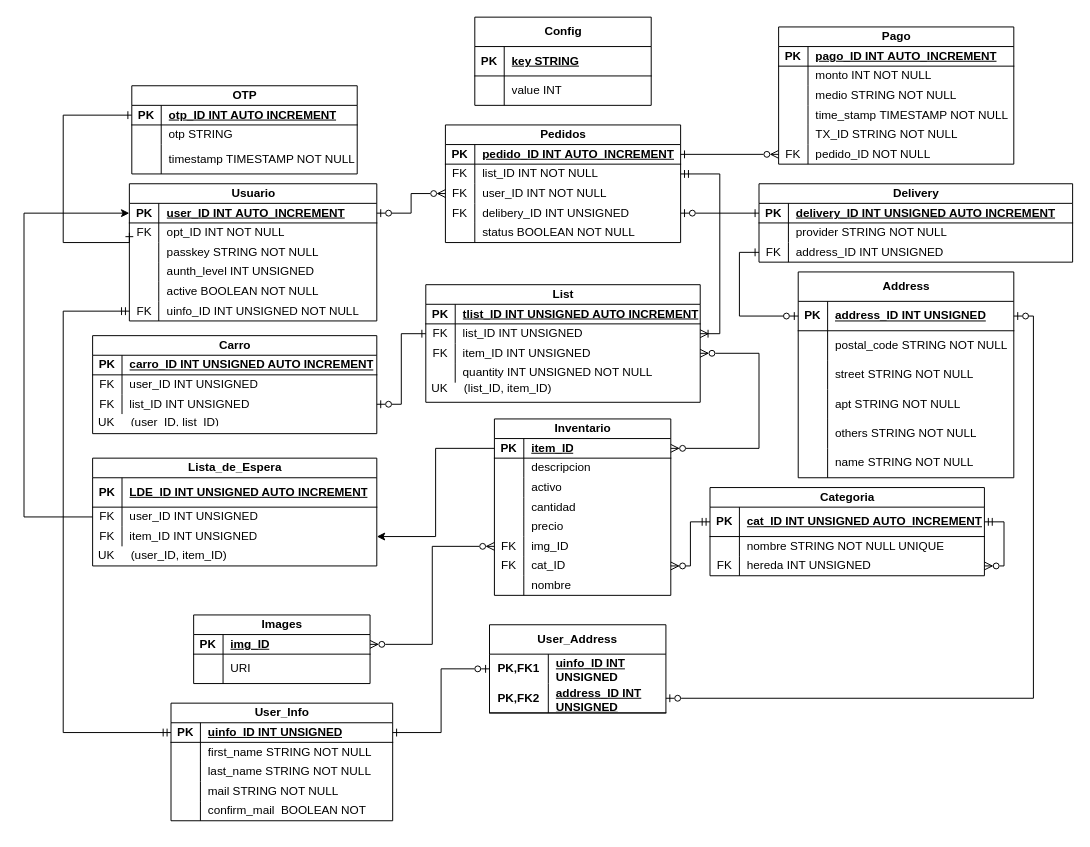
Above: back/src/main/java/com/uade/entity/EsquemaDB.drawio in nadie209x33/Marketplace (draw.io), before the change. Source tidied: cells renumbered, new cells numbered last; positions are measured from the earlier drawing's top-left corner, leaving out a move shared by most shapes. Both pictures are drawn from the tidied source at 98%, with x=0, y=0 at pixel (24, 17).
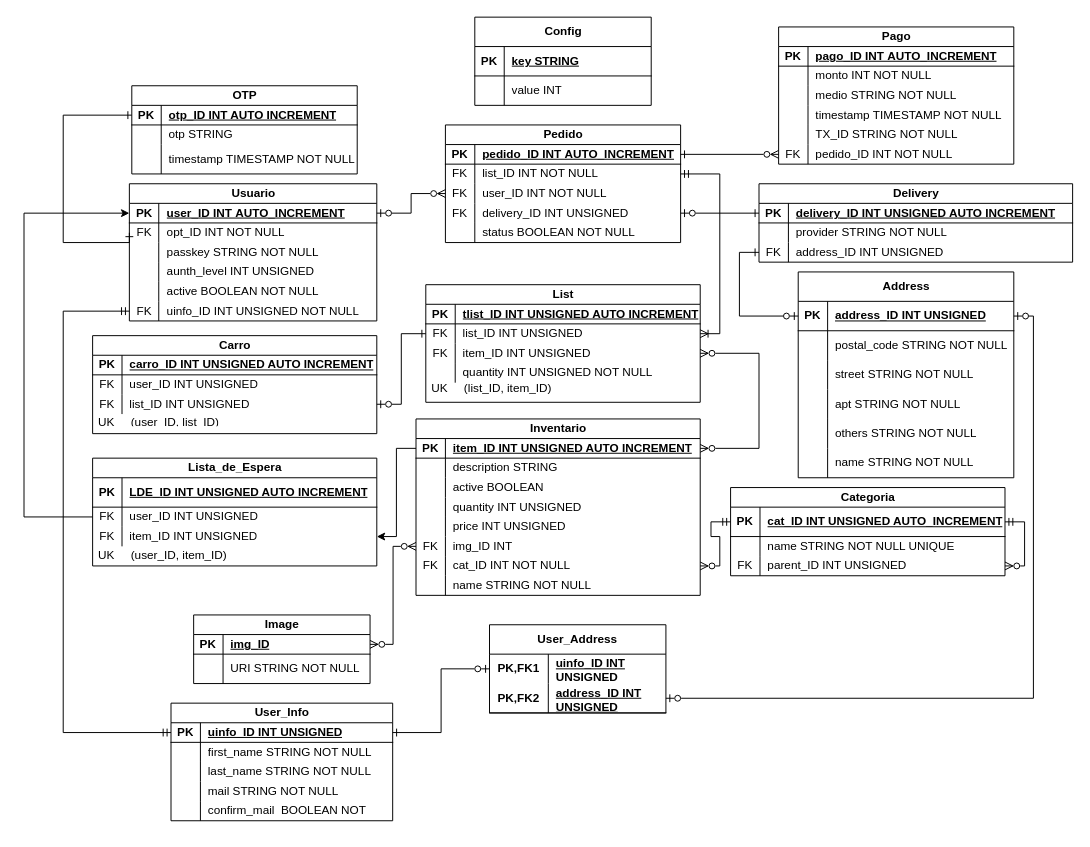
The same page after the edit.

Commit message:
Se modifico el esquema de la base de datos para correcion de erores

The change refers to these unchanged cells:
```xml
<mxCell id="32" style="shape=tableRow;horizontal=0;startSize=0;swimlaneHead=0;swimlaneBody=0;fillColor=none;top=0;left=0;right=0;bottom=0;" parent="22" vertex="1">
  <mxGeometry y="80" width="240" height="20" as="geometry" />
</mxCell>
<mxCell id="38" style="shape=tableRow;horizontal=0;startSize=0;swimlaneHead=0;swimlaneBody=0;fillColor=none;points=[[0,0.5],[1,0.5]];portConstraint=eastwest;top=0;left=0;right=0;bottom=0;" parent="22" vertex="1">
  <mxGeometry y="120" width="240" height="20" as="geometry" />
</mxCell>
<mxCell id="51" style="shape=tableRow;horizontal=0;startSize=0;swimlaneHead=0;swimlaneBody=0;fillColor=none;points=[[0,0.5],[1,0.5]];portConstraint=eastwest;top=0;left=0;right=0;bottom=0;" parent="41" vertex="1">
  <mxGeometry y="80" width="240" height="20" as="geometry" />
</mxCell>
<mxCell id="61" style="shape=tableRow;horizontal=0;startSize=0;swimlaneHead=0;swimlaneBody=0;fillColor=none;top=0;left=0;right=0;bottom=0;" parent="57" vertex="1">
  <mxGeometry y="50" width="280" height="20" as="geometry" />
</mxCell>
<mxCell id="64" style="shape=tableRow;horizontal=0;startSize=0;swimlaneHead=0;swimlaneBody=0;fillColor=none;points=[[0,0.5],[1,0.5]];portConstraint=eastwest;top=0;left=0;right=0;bottom=0;" parent="57" vertex="1">
  <mxGeometry y="70" width="280" height="20" as="geometry" />
</mxCell>
<mxCell id="96" style="shape=tableRow;horizontal=0;startSize=0;swimlaneHead=0;swimlaneBody=0;fillColor=none;top=0;left=0;right=0;bottom=0;" parent="92" vertex="1">
  <mxGeometry y="40" width="180" height="30" as="geometry" />
</mxCell>
```

Change to the diagram source:
```diff
@@
-    <mxCell id="34" value="time_stamp&amp;nbsp;TIMESTAMP NOT NULL" style="shape=partialRectangle;fillColor=none;top=0;left=0;bottom=0;right=0;align=left;spacingLeft=6;overflow=hidden;whiteSpace=wrap;html=1;" parent="32" vertex="1">
+    <mxCell id="34" value="timestamp&amp;nbsp;TIMESTAMP NOT NULL" style="shape=partialRectangle;fillColor=none;top=0;left=0;bottom=0;right=0;align=left;spacingLeft=6;overflow=hidden;whiteSpace=wrap;html=1;" parent="32" vertex="1">
       <mxGeometry x="30" width="210" height="20" as="geometry" />
     </mxCell>
@@
-    <mxCell id="40" value="pedido_ID NOT NULL" style="shape=partialRectangle;fillColor=none;top=0;left=0;bottom=0;right=0;align=left;spacingLeft=6;overflow=hidden;whiteSpace=wrap;html=1;" parent="38" vertex="1">
+    <mxCell id="40" value="pedido_ID INT NOT NULL" style="shape=partialRectangle;fillColor=none;top=0;left=0;bottom=0;right=0;align=left;spacingLeft=6;overflow=hidden;whiteSpace=wrap;html=1;" parent="38" vertex="1">
       <mxGeometry x="30" width="210" height="20" as="geometry" />
     </mxCell>
-    <mxCell id="41" value="Pedidos" style="shape=table;startSize=20;childLayout=tableLayout;rowLines=0;fontStyle=1;align=center;html=1;" parent="1" vertex="1">
+    <mxCell id="41" value="Pedido" style="shape=table;startSize=20;childLayout=tableLayout;rowLines=0;fontStyle=1;align=center;html=1;" parent="1" vertex="1">
       <mxGeometry x="430" y="110" width="240" height="120" as="geometry" />
     </mxCell>
@@
-    <mxCell id="53" value="delibery_ID INT UNSIGNED" style="shape=partialRectangle;fillColor=none;top=0;left=0;bottom=0;right=0;align=left;spacingLeft=6;overflow=hidden;whiteSpace=wrap;html=1;" parent="51" vertex="1">
+    <mxCell id="53" value="delivery_ID INT UNSIGNED" style="shape=partialRectangle;fillColor=none;top=0;left=0;bottom=0;right=0;align=left;spacingLeft=6;overflow=hidden;whiteSpace=wrap;html=1;" parent="51" vertex="1">
       <mxGeometry x="30" width="210" height="20" as="geometry" />
     </mxCell>
@@
     <mxCell id="57" value="Categoria" style="shape=table;startSize=20;childLayout=tableLayout;rowLines=0;fontStyle=1;align=center;html=1;" parent="1" vertex="1">
-      <mxGeometry x="700" y="480" width="280" height="90" as="geometry" />
+      <mxGeometry x="721" y="480" width="280" height="90" as="geometry" />
     </mxCell>
@@
-    <mxCell id="63" value="nombre STRING&amp;nbsp;NOT NULL UNIQUE" style="shape=partialRectangle;fillColor=none;top=0;left=0;bottom=0;right=0;align=left;spacingLeft=6;overflow=hidden;whiteSpace=wrap;html=1;" parent="61" vertex="1">
+    <mxCell id="63" value="name STRING&amp;nbsp;NOT NULL UNIQUE" style="shape=partialRectangle;fillColor=none;top=0;left=0;bottom=0;right=0;align=left;spacingLeft=6;overflow=hidden;whiteSpace=wrap;html=1;" parent="61" vertex="1">
       <mxGeometry x="30" width="250" height="20" as="geometry" />
     </mxCell>
@@
-    <mxCell id="66" value="hereda INT UNSIGNED" style="shape=partialRectangle;fillColor=none;top=0;left=0;bottom=0;right=0;align=left;spacingLeft=6;overflow=hidden;whiteSpace=wrap;html=1;" parent="64" vertex="1">
+    <mxCell id="66" value="parent_ID INT UNSIGNED" style="shape=partialRectangle;fillColor=none;top=0;left=0;bottom=0;right=0;align=left;spacingLeft=6;overflow=hidden;whiteSpace=wrap;html=1;" parent="64" vertex="1">
       <mxGeometry x="30" width="250" height="20" as="geometry" />
     </mxCell>
     <mxCell id="67" value="Inventario" style="shape=table;startSize=20;childLayout=tableLayout;rowLines=0;fontStyle=1;align=center;html=1;" parent="1" vertex="1">
-      <mxGeometry x="480" y="410" width="180" height="180" as="geometry" />
+      <mxGeometry x="400" y="410" width="290" height="180" as="geometry" />
     </mxCell>
     <mxCell id="68" style="shape=tableRow;horizontal=0;startSize=0;swimlaneHead=0;swimlaneBody=0;fillColor=none;points=[[0,0.5],[1,0.5]];portConstraint=eastwest;top=0;left=0;right=0;bottom=1;" parent="67" vertex="1">
-      <mxGeometry y="20" width="180" height="20" as="geometry" />
+      <mxGeometry y="20" width="290" height="20" as="geometry" />
     </mxCell>
@@
-    <mxCell id="70" value="item_ID" style="shape=partialRectangle;fillColor=none;top=0;left=0;bottom=0;right=0;align=left;spacingLeft=6;fontStyle=5;overflow=hidden;whiteSpace=wrap;html=1;" parent="68" vertex="1">
-      <mxGeometry x="30" width="150" height="20" as="geometry" />
+    <mxCell id="70" value="item_ID&amp;nbsp;INT UNSIGNED AUTO INCREMENT" style="shape=partialRectangle;fillColor=none;top=0;left=0;bottom=0;right=0;align=left;spacingLeft=6;fontStyle=5;overflow=hidden;whiteSpace=wrap;html=1;" parent="68" vertex="1">
+      <mxGeometry x="30" width="260" height="20" as="geometry" />
     </mxCell>
     <mxCell id="71" style="shape=tableRow;horizontal=0;startSize=0;swimlaneHead=0;swimlaneBody=0;fillColor=none;top=0;left=0;right=0;bottom=0;" parent="67" vertex="1">
-      <mxGeometry y="40" width="180" height="20" as="geometry" />
+      <mxGeometry y="40" width="290" height="20" as="geometry" />
     </mxCell>
@@
-    <mxCell id="73" value="descripcion" style="shape=partialRectangle;fillColor=none;top=0;left=0;bottom=0;right=0;align=left;spacingLeft=6;overflow=hidden;whiteSpace=wrap;html=1;" parent="71" vertex="1">
-      <mxGeometry x="30" width="150" height="20" as="geometry" />
+    <mxCell id="73" value="description STRING" style="shape=partialRectangle;fillColor=none;top=0;left=0;bottom=0;right=0;align=left;spacingLeft=6;overflow=hidden;whiteSpace=wrap;html=1;" parent="71" vertex="1">
+      <mxGeometry x="30" width="260" height="20" as="geometry" />
     </mxCell>
     <mxCell id="74" style="shape=tableRow;horizontal=0;startSize=0;swimlaneHead=0;swimlaneBody=0;fillColor=none;top=0;left=0;right=0;bottom=0;" parent="67" vertex="1">
-      <mxGeometry y="60" width="180" height="20" as="geometry" />
+      <mxGeometry y="60" width="290" height="20" as="geometry" />
     </mxCell>
@@
-    <mxCell id="76" value="activo" style="shape=partialRectangle;fillColor=none;top=0;left=0;bottom=0;right=0;align=left;spacingLeft=6;overflow=hidden;whiteSpace=wrap;html=1;" parent="74" vertex="1">
-      <mxGeometry x="30" width="150" height="20" as="geometry" />
+    <mxCell id="76" value="active BOOLEAN" style="shape=partialRectangle;fillColor=none;top=0;left=0;bottom=0;right=0;align=left;spacingLeft=6;overflow=hidden;whiteSpace=wrap;html=1;" parent="74" vertex="1">
+      <mxGeometry x="30" width="260" height="20" as="geometry" />
     </mxCell>
     <mxCell id="77" style="shape=tableRow;horizontal=0;startSize=0;swimlaneHead=0;swimlaneBody=0;fillColor=none;top=0;left=0;right=0;bottom=0;" parent="67" vertex="1">
-      <mxGeometry y="80" width="180" height="20" as="geometry" />
+      <mxGeometry y="80" width="290" height="20" as="geometry" />
     </mxCell>
@@
-    <mxCell id="79" value="cantidad" style="shape=partialRectangle;fillColor=none;top=0;left=0;bottom=0;right=0;align=left;spacingLeft=6;overflow=hidden;whiteSpace=wrap;html=1;" parent="77" vertex="1">
-      <mxGeometry x="30" width="150" height="20" as="geometry" />
+    <mxCell id="79" value="quantity&amp;nbsp;INT UNSIGNED" style="shape=partialRectangle;fillColor=none;top=0;left=0;bottom=0;right=0;align=left;spacingLeft=6;overflow=hidden;whiteSpace=wrap;html=1;" parent="77" vertex="1">
+      <mxGeometry x="30" width="260" height="20" as="geometry" />
     </mxCell>
     <mxCell id="80" style="shape=tableRow;horizontal=0;startSize=0;swimlaneHead=0;swimlaneBody=0;fillColor=none;top=0;left=0;right=0;bottom=0;" parent="67" vertex="1">
-      <mxGeometry y="100" width="180" height="20" as="geometry" />
+      <mxGeometry y="100" width="290" height="20" as="geometry" />
     </mxCell>
@@
-    <mxCell id="82" value="precio" style="shape=partialRectangle;fillColor=none;top=0;left=0;bottom=0;right=0;align=left;spacingLeft=6;overflow=hidden;whiteSpace=wrap;html=1;" parent="80" vertex="1">
-      <mxGeometry x="30" width="150" height="20" as="geometry" />
+    <mxCell id="82" value="price INT UNSIGNED" style="shape=partialRectangle;fillColor=none;top=0;left=0;bottom=0;right=0;align=left;spacingLeft=6;overflow=hidden;whiteSpace=wrap;html=1;" parent="80" vertex="1">
+      <mxGeometry x="30" width="260" height="20" as="geometry" />
     </mxCell>
     <mxCell id="83" style="shape=tableRow;horizontal=0;startSize=0;swimlaneHead=0;swimlaneBody=0;fillColor=none;points=[[0,0.5],[1,0.5]];portConstraint=eastwest;top=0;left=0;right=0;bottom=0;" parent="67" vertex="1">
-      <mxGeometry y="120" width="180" height="20" as="geometry" />
+      <mxGeometry y="120" width="290" height="20" as="geometry" />
     </mxCell>
@@
-    <mxCell id="85" value="img_ID" style="shape=partialRectangle;fillColor=none;top=0;left=0;bottom=0;right=0;align=left;spacingLeft=6;overflow=hidden;whiteSpace=wrap;html=1;" parent="83" vertex="1">
-      <mxGeometry x="30" width="150" height="20" as="geometry" />
+    <mxCell id="85" value="img_ID INT" style="shape=partialRectangle;fillColor=none;top=0;left=0;bottom=0;right=0;align=left;spacingLeft=6;overflow=hidden;whiteSpace=wrap;html=1;" parent="83" vertex="1">
+      <mxGeometry x="30" width="260" height="20" as="geometry" />
     </mxCell>
     <mxCell id="86" style="shape=tableRow;horizontal=0;startSize=0;swimlaneHead=0;swimlaneBody=0;fillColor=none;points=[[0,0.5],[1,0.5]];portConstraint=eastwest;top=0;left=0;right=0;bottom=0;" parent="67" vertex="1">
-      <mxGeometry y="140" width="180" height="20" as="geometry" />
+      <mxGeometry y="140" width="290" height="20" as="geometry" />
     </mxCell>
@@
-    <mxCell id="88" value="cat_ID" style="shape=partialRectangle;fillColor=none;top=0;left=0;bottom=0;right=0;align=left;spacingLeft=6;overflow=hidden;whiteSpace=wrap;html=1;" parent="86" vertex="1">
-      <mxGeometry x="30" width="150" height="20" as="geometry" />
+    <mxCell id="88" value="cat_ID INT NOT NULL" style="shape=partialRectangle;fillColor=none;top=0;left=0;bottom=0;right=0;align=left;spacingLeft=6;overflow=hidden;whiteSpace=wrap;html=1;" parent="86" vertex="1">
+      <mxGeometry x="30" width="260" height="20" as="geometry" />
     </mxCell>
     <mxCell id="89" style="shape=tableRow;horizontal=0;startSize=0;swimlaneHead=0;swimlaneBody=0;fillColor=none;top=0;left=0;right=0;bottom=0;" parent="67" vertex="1">
-      <mxGeometry y="160" width="180" height="20" as="geometry" />
+      <mxGeometry y="160" width="290" height="20" as="geometry" />
     </mxCell>
@@
-    <mxCell id="91" value="nombre" style="shape=partialRectangle;fillColor=none;top=0;left=0;bottom=0;right=0;align=left;spacingLeft=6;overflow=hidden;whiteSpace=wrap;html=1;" parent="89" vertex="1">
-      <mxGeometry x="30" width="150" height="20" as="geometry" />
+    <mxCell id="91" value="name STRING NOT NULL" style="shape=partialRectangle;fillColor=none;top=0;left=0;bottom=0;right=0;align=left;spacingLeft=6;overflow=hidden;whiteSpace=wrap;html=1;" parent="89" vertex="1">
+      <mxGeometry x="30" width="260" height="20" as="geometry" />
     </mxCell>
-    <mxCell id="92" value="Images" style="shape=table;startSize=20;childLayout=tableLayout;rowLines=0;fontStyle=1;align=center;html=1;" parent="1" vertex="1">
+    <mxCell id="92" value="Image" style="shape=table;startSize=20;childLayout=tableLayout;rowLines=0;fontStyle=1;align=center;html=1;" parent="1" vertex="1">
       <mxGeometry x="173.1" y="610" width="180" height="70" as="geometry" />
     </mxCell>
@@
-    <mxCell id="98" value="URI" style="shape=partialRectangle;fillColor=none;top=0;left=0;bottom=0;right=0;align=left;spacingLeft=6;overflow=hidden;whiteSpace=wrap;html=1;" parent="96" vertex="1">
+    <mxCell id="98" value="URI STRING NOT NULL" style="shape=partialRectangle;fillColor=none;top=0;left=0;bottom=0;right=0;align=left;spacingLeft=6;overflow=hidden;whiteSpace=wrap;html=1;" parent="96" vertex="1">
       <mxGeometry x="30" width="150" height="30" as="geometry" />
     </mxCell>
```
